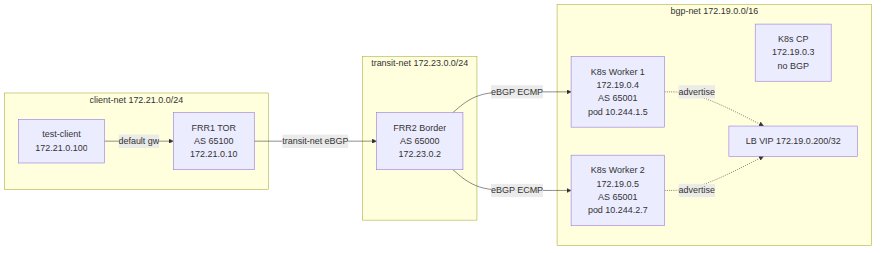
Earlier version of the Mermaid export kind-cilium-overlay-l3-lb/assets/test-client.png (sarfarazahmad19/gobgp-cilium-test). Its source is kept beside it as kind-cilium-overlay-l3-lb/assets/test-client.mmd.
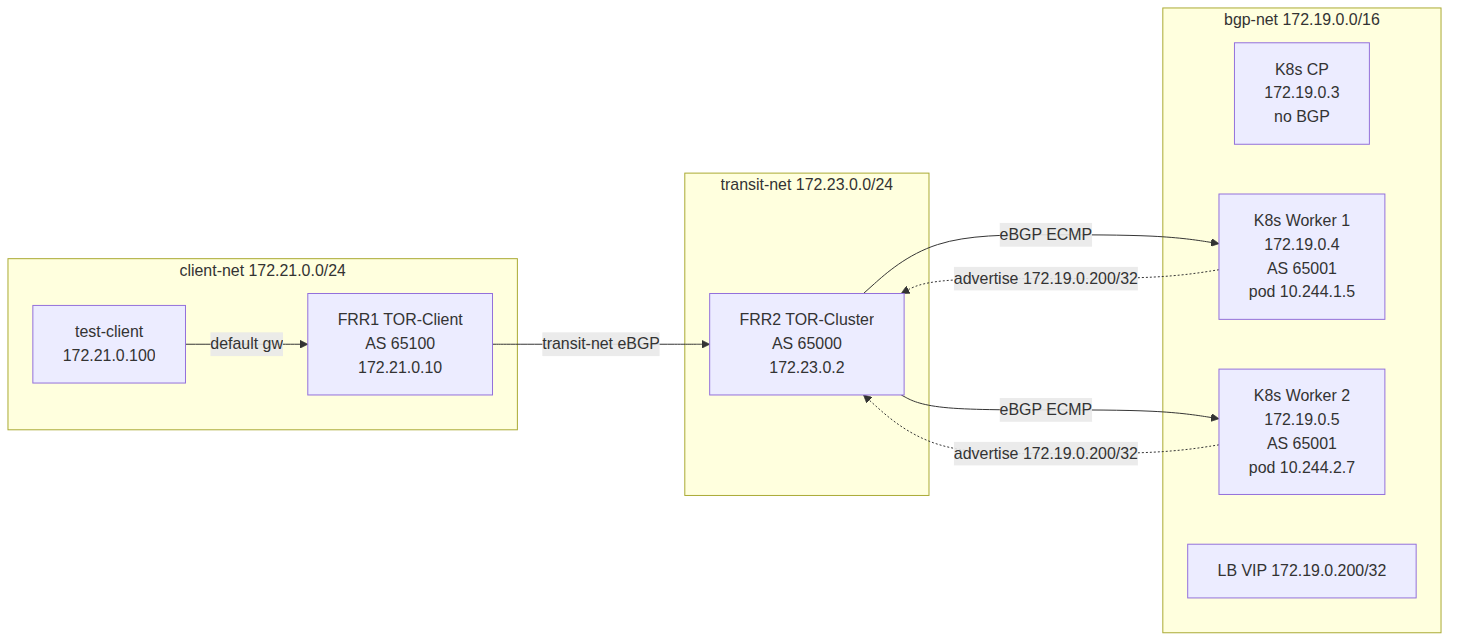
Later version of the same file.

Commit message:
Add second FRR (TOR-Client) with transit-net L2 separation

Diff of the diagram source:
```diff
@@ -1,11 +1,11 @@
 graph LR
     subgraph CN["client-net 172.21.0.0/24"]
         CL[test-client<br/>172.21.0.100] -- default gw --> F1
-        F1[FRR1 TOR<br/>AS 65100<br/>172.21.0.10]
+        F1[FRR1 TOR-Client<br/>AS 65100<br/>172.21.0.10]
     end
     F1 -->|transit-net eBGP| F2
     subgraph TN["transit-net 172.23.0.0/24"]
-        F2[FRR2 Border<br/>AS 65000<br/>172.23.0.2]
+        F2[FRR2 TOR-Cluster<br/>AS 65000<br/>172.23.0.2]
     end
     subgraph BN["bgp-net 172.19.0.0/16"]
         F2
@@ -16,5 +16,5 @@
     end
     F2 -->|eBGP ECMP| WK
     F2 -->|eBGP ECMP| WK2
-    WK -.->|advertise| LB
-    WK2 -.->|advertise| LB
+    WK -.->|advertise 172.19.0.200/32| F2
+    WK2 -.->|advertise 172.19.0.200/32| F2
```
